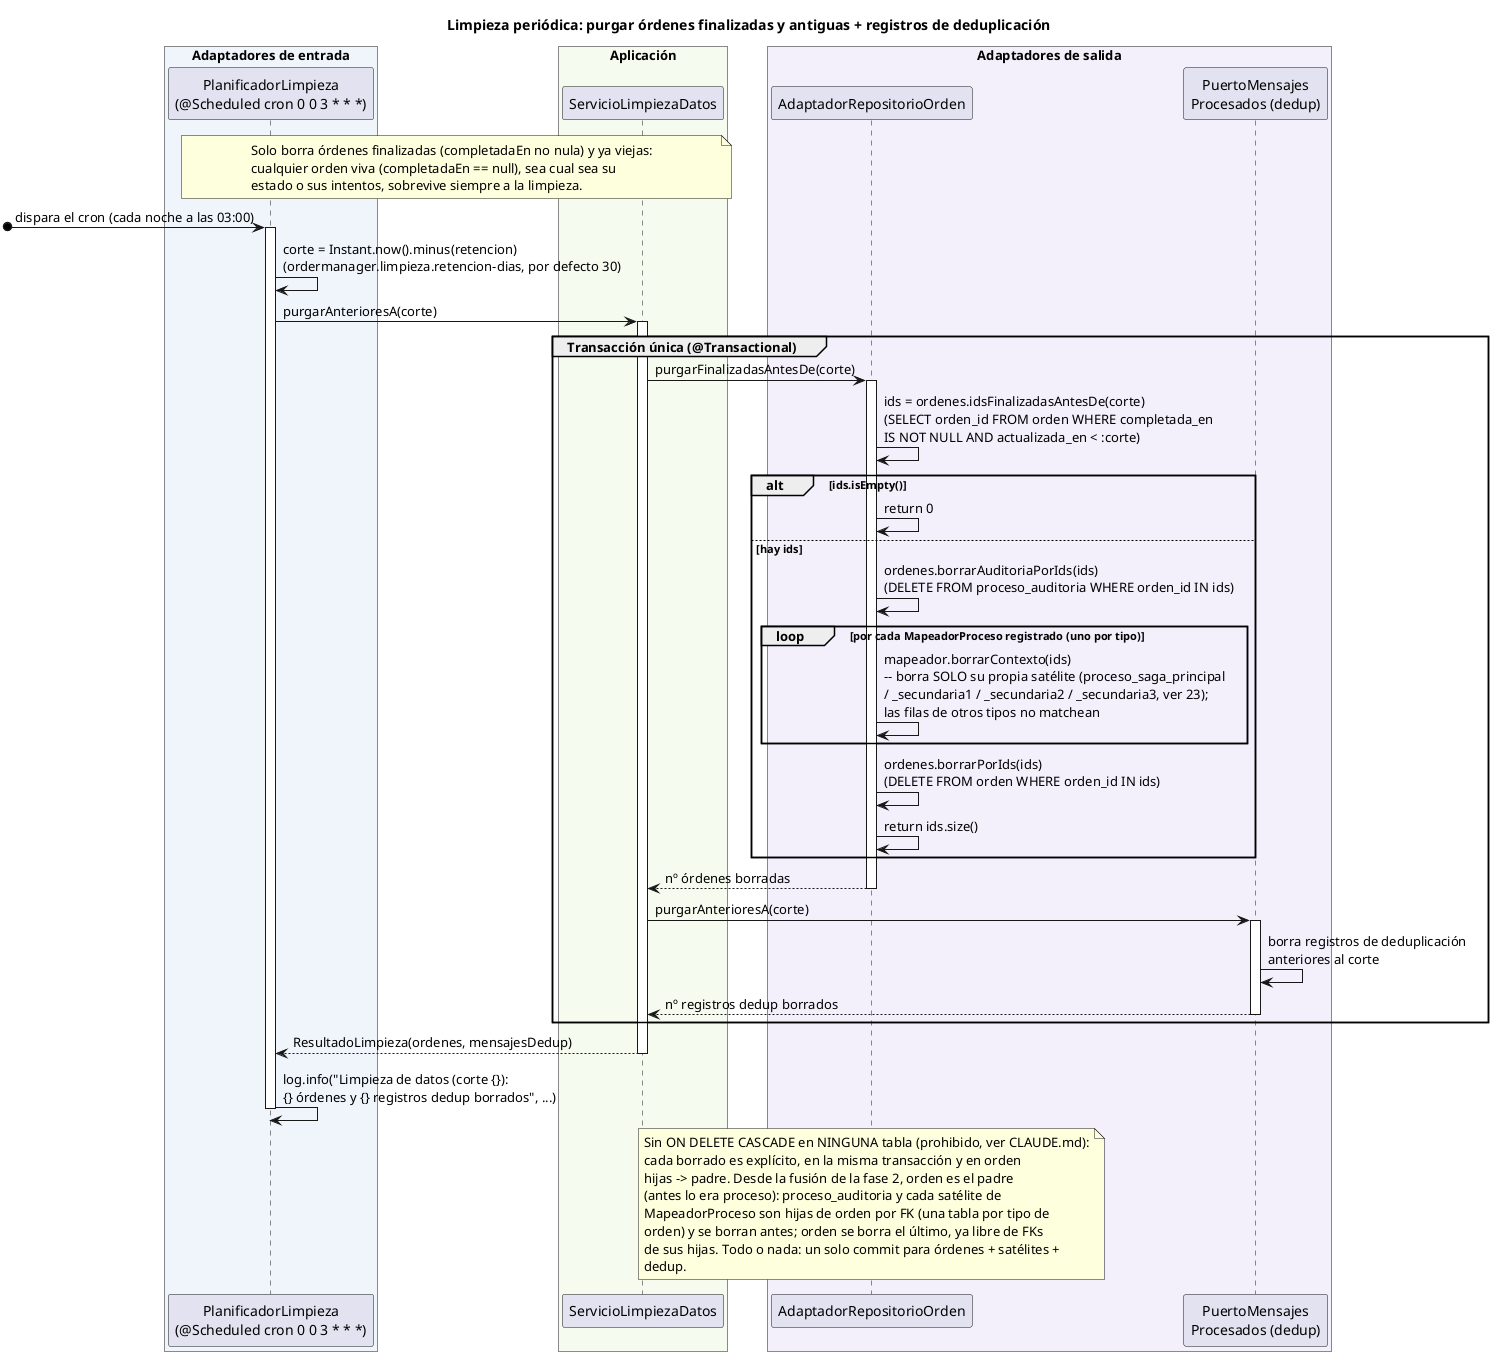
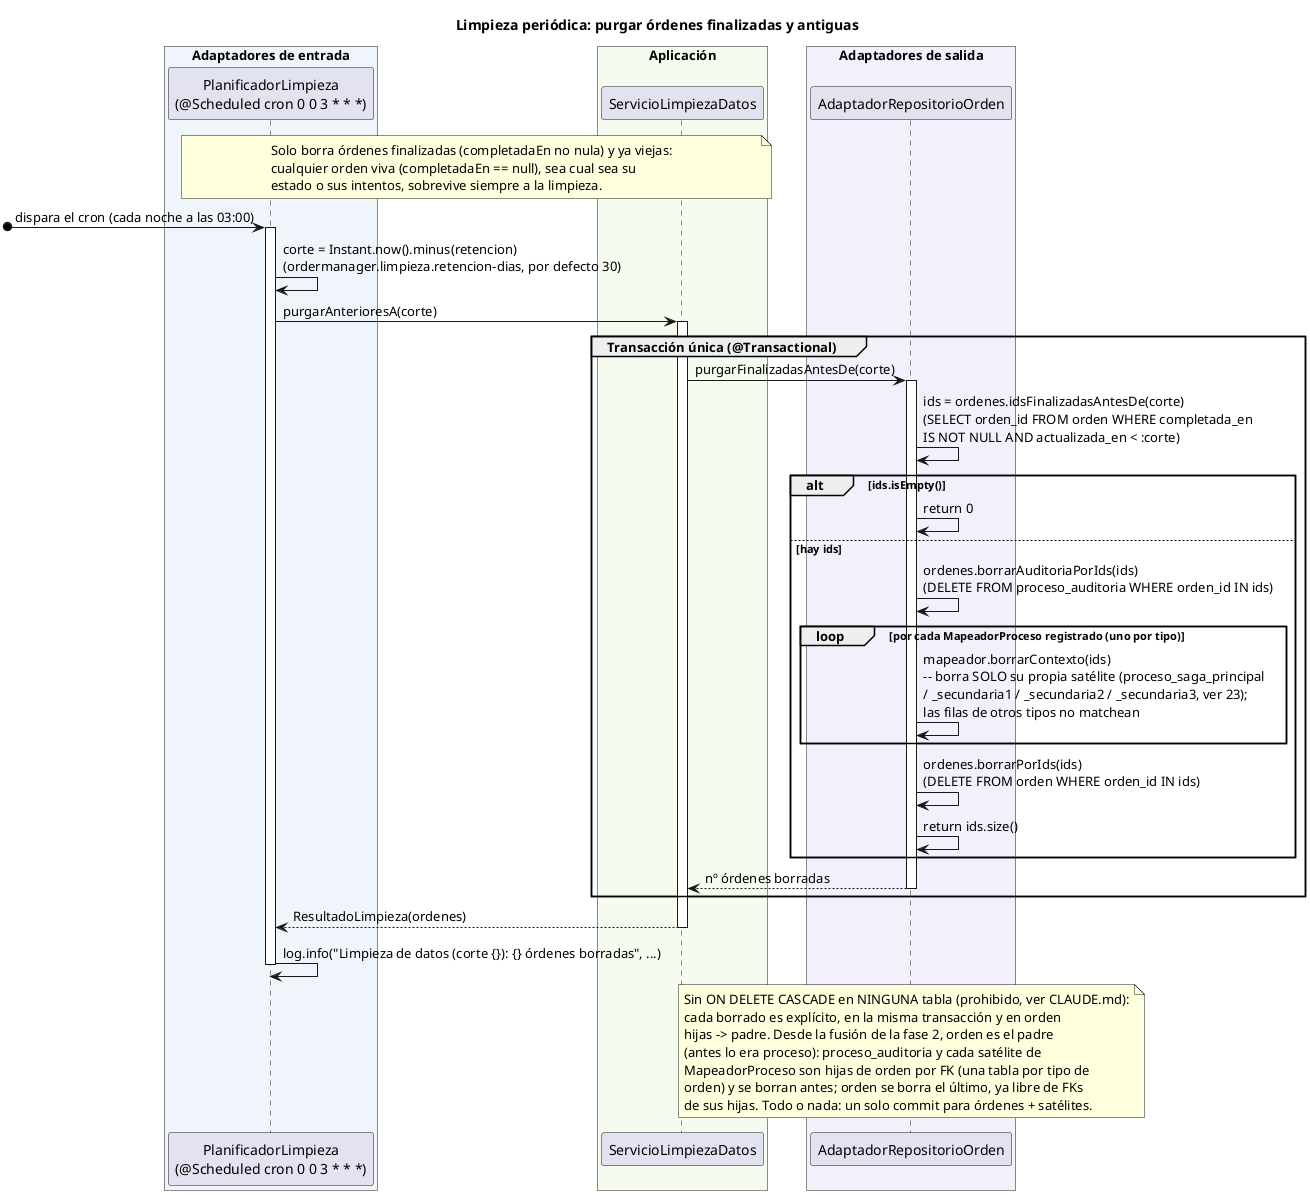
@startuml 09-limpieza-datos
- title Limpieza periódica: purgar órdenes finalizadas y antiguas + registros de deduplicación
+ title Limpieza periódica: purgar órdenes finalizadas y antiguas

box "Adaptadores de entrada" #EFF5FB
  participant "PlanificadorLimpieza\n(@Scheduled cron 0 0 3 * * *)" as PLAN
end box
box "Aplicación" #F5FBEF
  participant "ServicioLimpiezaDatos" as LIMP
end box
box "Adaptadores de salida" #F3EFFB
  participant "AdaptadorRepositorioOrden" as REPO
-   participant "PuertoMensajes\nProcesados (dedup)" as DEDUP
end box

note over PLAN, LIMP
  Solo borra órdenes finalizadas (completadaEn no nula) y ya viejas:
  cualquier orden viva (completadaEn == null), sea cual sea su
  estado o sus intentos, sobrevive siempre a la limpieza.
end note

[o-> PLAN : dispara el cron (cada noche a las 03:00)
activate PLAN
PLAN -> PLAN : corte = Instant.now().minus(retencion)\n(ordermanager.limpieza.retencion-dias, por defecto 30)
PLAN -> LIMP ++ : purgarAnterioresA(corte)

group Transacción única (@Transactional)
  LIMP -> REPO ++ : purgarFinalizadasAntesDe(corte)
  REPO -> REPO : ids = ordenes.idsFinalizadasAntesDe(corte)\n(SELECT orden_id FROM orden WHERE completada_en\nIS NOT NULL AND actualizada_en < :corte)
  alt ids.isEmpty()
    REPO -> REPO : return 0
  else hay ids
    REPO -> REPO : ordenes.borrarAuditoriaPorIds(ids)\n(DELETE FROM proceso_auditoria WHERE orden_id IN ids)
    loop por cada MapeadorProceso registrado (uno por tipo)
      REPO -> REPO : mapeador.borrarContexto(ids)\n-- borra SOLO su propia satélite (proceso_saga_principal\n/ _secundaria1 / _secundaria2 / _secundaria3, ver 23);\nlas filas de otros tipos no matchean
    end
    REPO -> REPO : ordenes.borrarPorIds(ids)\n(DELETE FROM orden WHERE orden_id IN ids)
    REPO -> REPO : return ids.size()
  end
  return nº órdenes borradas
-   LIMP -> DEDUP ++ : purgarAnterioresA(corte)
-   DEDUP -> DEDUP : borra registros de deduplicación\nanteriores al corte
-   return nº registros dedup borrados
end
- return ResultadoLimpieza(ordenes, mensajesDedup)
- PLAN -> PLAN : log.info("Limpieza de datos (corte {}):\n{} órdenes y {} registros dedup borrados", ...)
+ return ResultadoLimpieza(ordenes)
+ PLAN -> PLAN : log.info("Limpieza de datos (corte {}): {} órdenes borradas", ...)
deactivate PLAN

note over REPO
  Sin ON DELETE CASCADE en NINGUNA tabla (prohibido, ver CLAUDE.md):
  cada borrado es explícito, en la misma transacción y en orden
  hijas -> padre. Desde la fusión de la fase 2, orden es el padre
  (antes lo era proceso): proceso_auditoria y cada satélite de
  MapeadorProceso son hijas de orden por FK (una tabla por tipo de
  orden) y se borran antes; orden se borra el último, ya libre de FKs
-   de sus hijas. Todo o nada: un solo commit para órdenes + satélites +
-   dedup.
+   de sus hijas. Todo o nada: un solo commit para órdenes + satélites.
end note
@enduml
